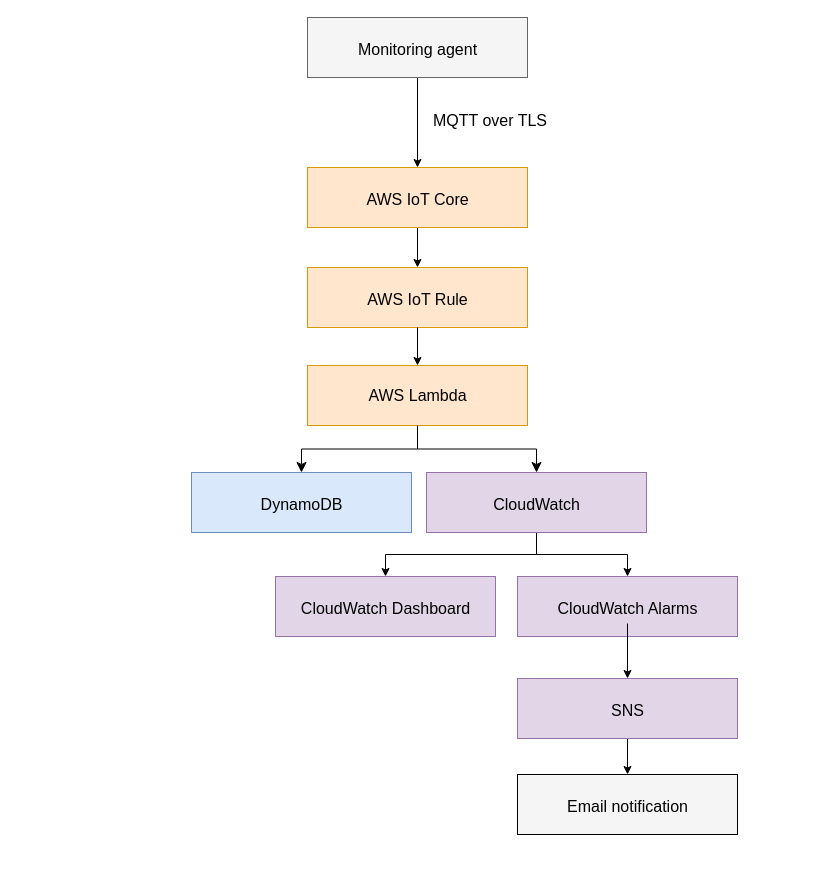
Mibiss/homepulse-aws keeps this draw.io diagram as architecture/architecture.drawio. Above is the earlier version. Source tidied: cells renumbered, new cells numbered last; positions are measured from the earlier drawing's top-left corner, leaving out a move shared by most shapes. Both pictures are drawn from the tidied source at 100%, with x=0, y=0 at pixel (191, 17).
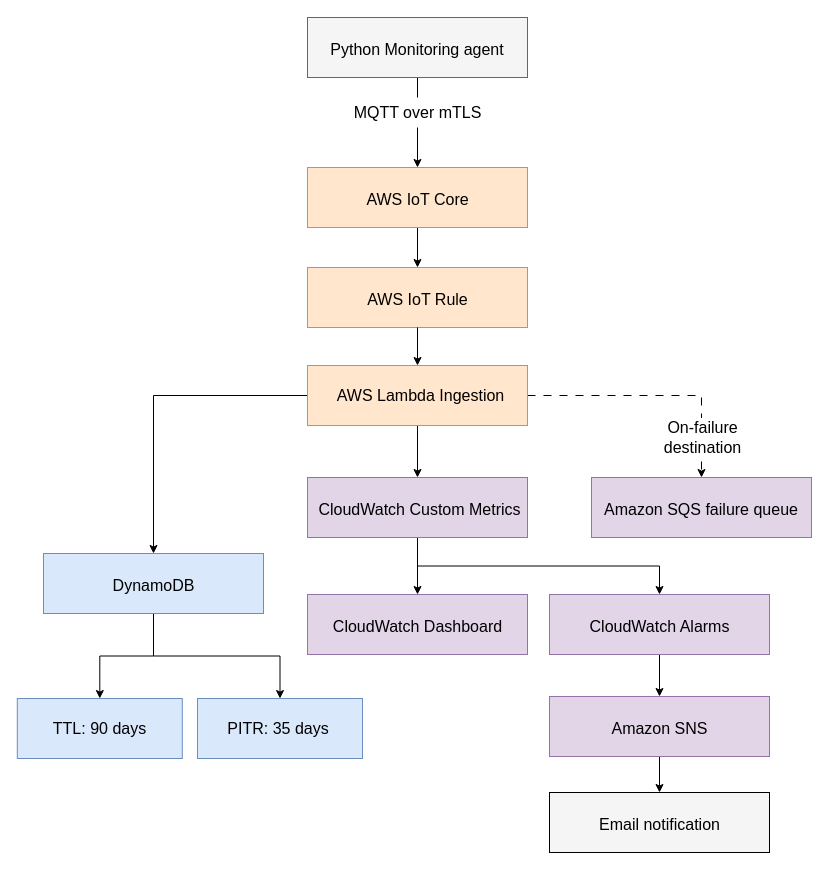
After the change.

Commit message (it also covers changes not shown here):
docs(architecture): update Phase 2 runtime diagram

The change refers to these unchanged cells:
```xml
<mxCell id="28" style="rounded=0;whiteSpace=wrap;html=1;fillColor=#ffe6cc;strokeColor=#d79b00;" parent="1" vertex="1">
  <mxGeometry x="116" y="348" width="220" height="60" as="geometry" />
</mxCell>
```

The edit, as a diff of the source:
```diff
@@
-    <mxCell id="4" value="&lt;span style=&quot;text-align: start; font-size: medium;&quot;&gt;Monitoring agent&lt;/span&gt;" style="text;html=1;whiteSpace=wrap;strokeColor=none;fillColor=none;align=center;verticalAlign=middle;rounded=0;" parent="1" vertex="1">
-      <mxGeometry x="142.5" y="17" width="167" height="30" as="geometry" />
+    <mxCell id="4" value="&lt;span style=&quot;text-align: start; font-size: medium;&quot;&gt;Python Monitoring agent&lt;/span&gt;" style="text;html=1;whiteSpace=wrap;strokeColor=none;fillColor=none;align=center;verticalAlign=middle;rounded=0;" parent="1" vertex="1">
+      <mxGeometry x="135" y="17" width="182" height="30" as="geometry" />
     </mxCell>
@@
     <mxCell id="12" style="rounded=0;whiteSpace=wrap;html=1;fillColor=#e1d5e7;strokeColor=#9673a6;" parent="1" vertex="1">
-      <mxGeometry x="326" y="661" width="220" height="60" as="geometry" />
+      <mxGeometry x="358" y="679" width="220" height="60" as="geometry" />
     </mxCell>
-    <mxCell id="13" value="&lt;span style=&quot;text-align: start; font-size: medium;&quot;&gt;SNS&lt;/span&gt;" style="text;html=1;whiteSpace=wrap;strokeColor=none;fillColor=none;align=center;verticalAlign=middle;rounded=0;" parent="1" vertex="1">
-      <mxGeometry x="352.5" y="678" width="167" height="30" as="geometry" />
+    <mxCell id="13" value="&lt;span style=&quot;text-align: start; font-size: medium;&quot;&gt;Amazon SNS&lt;/span&gt;" style="text;html=1;whiteSpace=wrap;strokeColor=none;fillColor=none;align=center;verticalAlign=middle;rounded=0;" parent="1" vertex="1">
+      <mxGeometry x="384.5" y="696" width="167" height="30" as="geometry" />
     </mxCell>
     <mxCell id="14" style="rounded=0;whiteSpace=wrap;html=1;fillColor=#f5f5f5;fontColor=#333333;strokeColor=default;" parent="1" vertex="1">
-      <mxGeometry x="326" y="757" width="220" height="60" as="geometry" />
+      <mxGeometry x="358" y="775" width="220" height="60" as="geometry" />
     </mxCell>
     <mxCell id="15" value="&lt;span style=&quot;text-align: start; font-size: medium;&quot;&gt;Email notification&lt;/span&gt;" style="text;html=1;whiteSpace=wrap;strokeColor=none;fillColor=none;align=center;verticalAlign=middle;rounded=0;" parent="1" vertex="1">
-      <mxGeometry x="352.5" y="774" width="167" height="30" as="geometry" />
+      <mxGeometry x="384.5" y="792" width="167" height="30" as="geometry" />
     </mxCell>
+    <mxCell id="32" style="edgeStyle=orthogonalEdgeStyle;rounded=0;jettySize=auto;html=1;exitX=0.5;exitY=1;exitDx=0;exitDy=0;entryX=0.5;entryY=0;entryDx=0;entryDy=0;" parent="1" edge="1" source="16" target="12">
+      <mxGeometry relative="1" as="geometry" />
+    </mxCell>
     <mxCell id="16" style="rounded=0;whiteSpace=wrap;html=1;fillColor=#e1d5e7;strokeColor=#9673a6;" parent="1" vertex="1">
-      <mxGeometry x="326" y="559" width="220" height="60" as="geometry" />
+      <mxGeometry x="358" y="577" width="220" height="60" as="geometry" />
     </mxCell>
-    <mxCell id="17" style="edgeStyle=orthogonalEdgeStyle;rounded=0;jettySize=auto;html=1;entryX=0.5;entryY=0;entryDx=0;entryDy=0;" parent="1" edge="1" source="18" target="12">
-      <mxGeometry relative="1" as="geometry" />
-    </mxCell>
     <mxCell id="18" value="&lt;span style=&quot;text-align: start; font-size: medium;&quot;&gt;CloudWatch Alarms&lt;/span&gt;" style="text;html=1;whiteSpace=wrap;strokeColor=none;fillColor=none;align=center;verticalAlign=middle;rounded=0;" parent="1" vertex="1">
-      <mxGeometry x="352.5" y="576" width="167" height="30" as="geometry" />
+      <mxGeometry x="384.5" y="594" width="167" height="30" as="geometry" />
     </mxCell>
     <mxCell id="19" style="rounded=0;whiteSpace=wrap;html=1;fillColor=#e1d5e7;strokeColor=#9673a6;" parent="1" vertex="1">
-      <mxGeometry x="84" y="559" width="220" height="60" as="geometry" />
+      <mxGeometry x="116" y="577" width="220" height="60" as="geometry" />
     </mxCell>
     <mxCell id="20" value="&lt;span style=&quot;text-align: start; font-size: medium;&quot;&gt;CloudWatch Dashboard&lt;/span&gt;" style="text;html=1;whiteSpace=wrap;strokeColor=none;fillColor=none;align=center;verticalAlign=middle;rounded=0;" parent="1" vertex="1">
-      <mxGeometry x="103.5" y="576" width="181" height="30" as="geometry" />
+      <mxGeometry x="135.5" y="594" width="181" height="30" as="geometry" />
     </mxCell>
@@
-    <mxCell id="22" style="edgeStyle=orthogonalEdgeStyle;rounded=0;jettySize=auto;html=1;exitX=0.5;exitY=1;exitDx=0;exitDy=0;" parent="1" edge="1" source="23" target="16">
+    <mxCell id="22" style="edgeStyle=orthogonalEdgeStyle;rounded=0;jettySize=auto;html=1;exitX=0.5;exitY=1;exitDx=0;exitDy=0;entryX=0.5;entryY=0;entryDx=0;entryDy=0;" parent="1" edge="1" source="23" target="16">
       <mxGeometry relative="1" as="geometry" />
     </mxCell>
     <mxCell id="23" style="rounded=0;whiteSpace=wrap;html=1;fillColor=#e1d5e7;strokeColor=#9673a6;" parent="1" vertex="1">
-      <mxGeometry x="235" y="455" width="220" height="60" as="geometry" />
+      <mxGeometry x="116" y="460" width="220" height="60" as="geometry" />
     </mxCell>
-    <mxCell id="24" value="&lt;span style=&quot;text-align: start; font-size: medium;&quot;&gt;CloudWatch&lt;/span&gt;" style="text;html=1;whiteSpace=wrap;strokeColor=none;fillColor=none;align=center;verticalAlign=middle;rounded=0;" parent="1" vertex="1">
-      <mxGeometry x="261.5" y="472" width="167" height="30" as="geometry" />
+    <mxCell id="24" value="&lt;span style=&quot;text-align: start; font-size: medium;&quot;&gt;CloudWatch Custom Metrics&lt;/span&gt;" style="text;html=1;whiteSpace=wrap;strokeColor=none;fillColor=none;align=center;verticalAlign=middle;rounded=0;" parent="1" vertex="1">
+      <mxGeometry x="125.2" y="477" width="207" height="30" as="geometry" />
     </mxCell>
+    <mxCell id="33" style="edgeStyle=orthogonalEdgeStyle;rounded=0;jettySize=auto;html=1;exitX=0.5;exitY=1;exitDx=0;exitDy=0;entryX=0.5;entryY=0;entryDx=0;entryDy=0;" parent="1" edge="1" source="25" target="41">
+      <mxGeometry relative="1" as="geometry" />
+    </mxCell>
+    <mxCell id="34" style="edgeStyle=orthogonalEdgeStyle;rounded=0;jettySize=auto;html=1;exitX=0.5;exitY=1;exitDx=0;exitDy=0;entryX=0.5;entryY=0;entryDx=0;entryDy=0;" parent="1" edge="1" source="25" target="39">
+      <mxGeometry relative="1" as="geometry" />
+    </mxCell>
     <mxCell id="25" style="rounded=0;whiteSpace=wrap;html=1;fillColor=#dae8fc;strokeColor=#6c8ebf;" parent="1" vertex="1">
-      <mxGeometry y="455" width="220" height="60" as="geometry" />
+      <mxGeometry x="-148" y="536" width="220" height="60" as="geometry" />
     </mxCell>
     <mxCell id="26" value="&lt;span style=&quot;text-align: start; font-size: medium;&quot;&gt;DynamoDB&lt;/span&gt;" style="text;html=1;whiteSpace=wrap;strokeColor=none;fillColor=none;align=center;verticalAlign=middle;rounded=0;" parent="1" vertex="1">
-      <mxGeometry x="26.5" y="472" width="167" height="30" as="geometry" />
+      <mxGeometry x="-121.5" y="553" width="167" height="30" as="geometry" />
     </mxCell>
+    <mxCell id="35" style="edgeStyle=orthogonalEdgeStyle;rounded=0;jettySize=auto;html=1;exitX=1;exitY=0.5;exitDx=0;exitDy=0;dashed=1;dashPattern=8 8;" parent="1" edge="1" source="28" target="37">
+      <mxGeometry relative="1" as="geometry" />
+    </mxCell>
+    <mxCell id="36" value="&lt;span style=&quot;text-align: start; white-space: normal; font-size: medium;&quot;&gt;On-failure destination&lt;/span&gt;" style="edgeLabel;html=1;align=center;verticalAlign=middle;" parent="35" vertex="1">
+      <mxGeometry x="0.08" y="-2" relative="1" as="geometry">
+        <mxPoint x="36" y="39" as="offset" />
+      </mxGeometry>
+    </mxCell>
-    <mxCell id="27" style="edgeStyle=orthogonalEdgeStyle;rounded=0;jettySize=auto;html=1;entryX=0.5;entryY=0;entryDx=0;entryDy=0;fontSize=12;startSize=8;endSize=8;" parent="1" edge="1" source="28" target="25">
+    <mxCell id="27" style="edgeStyle=orthogonalEdgeStyle;rounded=0;jettySize=auto;html=1;exitX=0;exitY=0.5;exitDx=0;exitDy=0;entryX=0.5;entryY=0;entryDx=0;entryDy=0;" parent="1" edge="1" source="28" target="25">
       <mxGeometry relative="1" as="geometry" />
     </mxCell>
+    <mxCell id="29" style="edgeStyle=orthogonalEdgeStyle;rounded=0;jettySize=auto;html=1;exitX=0.5;exitY=1;exitDx=0;exitDy=0;entryX=0.5;entryY=0;entryDx=0;entryDy=0;" parent="1" edge="1" source="28" target="23">
+      <mxGeometry relative="1" as="geometry" />
+    </mxCell>
@@
-    <mxCell id="29" style="edgeStyle=orthogonalEdgeStyle;rounded=0;jettySize=auto;html=1;entryX=0.5;entryY=0;entryDx=0;entryDy=0;fontSize=12;startSize=8;endSize=8;exitX=0.5;exitY=1;exitDx=0;exitDy=0;" parent="1" edge="1" source="28" target="23">
-      <mxGeometry relative="1" as="geometry" />
-    </mxCell>
-    <mxCell id="30" value="&lt;span style=&quot;text-align: start; font-size: medium;&quot;&gt;AWS Lambda&lt;/span&gt;" style="text;html=1;whiteSpace=wrap;strokeColor=none;fillColor=none;align=center;verticalAlign=middle;rounded=0;" parent="1" vertex="1">
-      <mxGeometry x="142.5" y="363" width="167" height="30" as="geometry" />
+    <mxCell id="30" value="&lt;span style=&quot;text-align: start; font-size: medium;&quot;&gt;AWS Lambda Ingestion&lt;/span&gt;" style="text;html=1;whiteSpace=wrap;strokeColor=none;fillColor=none;align=center;verticalAlign=middle;rounded=0;" parent="1" vertex="1">
+      <mxGeometry x="142.5" y="363" width="172.5" height="30" as="geometry" />
     </mxCell>
-    <mxCell id="31" value="&lt;span style=&quot;text-align: start; font-size: medium;&quot;&gt;MQTT over TLS&lt;/span&gt;" style="text;html=1;whiteSpace=wrap;strokeColor=none;fillColor=none;align=center;verticalAlign=middle;rounded=0;" parent="1" vertex="1">
-      <mxGeometry x="235" y="88" width="128" height="30" as="geometry" />
+    <mxCell id="31" value="&lt;span style=&quot;text-align: start; font-size: medium;&quot;&gt;MQTT over mTLS&lt;/span&gt;" style="text;html=1;whiteSpace=wrap;strokeColor=none;fillColor=default;align=center;verticalAlign=middle;rounded=0;" parent="1" vertex="1">
+      <mxGeometry x="159" y="80" width="135" height="30" as="geometry" />
     </mxCell>
+    <mxCell id="37" style="rounded=0;whiteSpace=wrap;html=1;fillColor=#e1d5e7;strokeColor=#9673a6;" parent="1" vertex="1">
+      <mxGeometry x="400" y="460" width="220" height="60" as="geometry" />
+    </mxCell>
+    <mxCell id="38" value="&lt;span style=&quot;text-align: start; font-size: medium;&quot;&gt;Amazon SQS failure queue&lt;/span&gt;" style="text;html=1;whiteSpace=wrap;strokeColor=none;fillColor=none;align=center;verticalAlign=middle;rounded=0;" parent="1" vertex="1">
+      <mxGeometry x="409.2" y="477" width="201.5" height="30" as="geometry" />
+    </mxCell>
+    <mxCell id="39" style="rounded=0;whiteSpace=wrap;html=1;fillColor=#dae8fc;strokeColor=#6c8ebf;" parent="1" vertex="1">
+      <mxGeometry x="6" y="681" width="165" height="60" as="geometry" />
+    </mxCell>
+    <mxCell id="40" value="&lt;span style=&quot;text-align: start; font-size: medium;&quot;&gt;PITR: 35 days&lt;/span&gt;" style="text;html=1;whiteSpace=wrap;strokeColor=none;fillColor=none;align=center;verticalAlign=middle;rounded=0;" parent="1" vertex="1">
+      <mxGeometry x="32.5" y="696" width="107.5" height="30" as="geometry" />
+    </mxCell>
+    <mxCell id="41" style="rounded=0;whiteSpace=wrap;html=1;fillColor=#dae8fc;strokeColor=#6c8ebf;" parent="1" vertex="1">
+      <mxGeometry x="-174.2" y="681" width="165" height="60" as="geometry" />
+    </mxCell>
+    <mxCell id="42" value="&lt;span style=&quot;text-align: start; font-size: medium;&quot;&gt;TTL: 90 days&lt;/span&gt;" style="text;html=1;whiteSpace=wrap;strokeColor=none;fillColor=none;align=center;verticalAlign=middle;rounded=0;" parent="1" vertex="1">
+      <mxGeometry x="-146.2" y="696" width="109" height="30" as="geometry" />
+    </mxCell>
```
